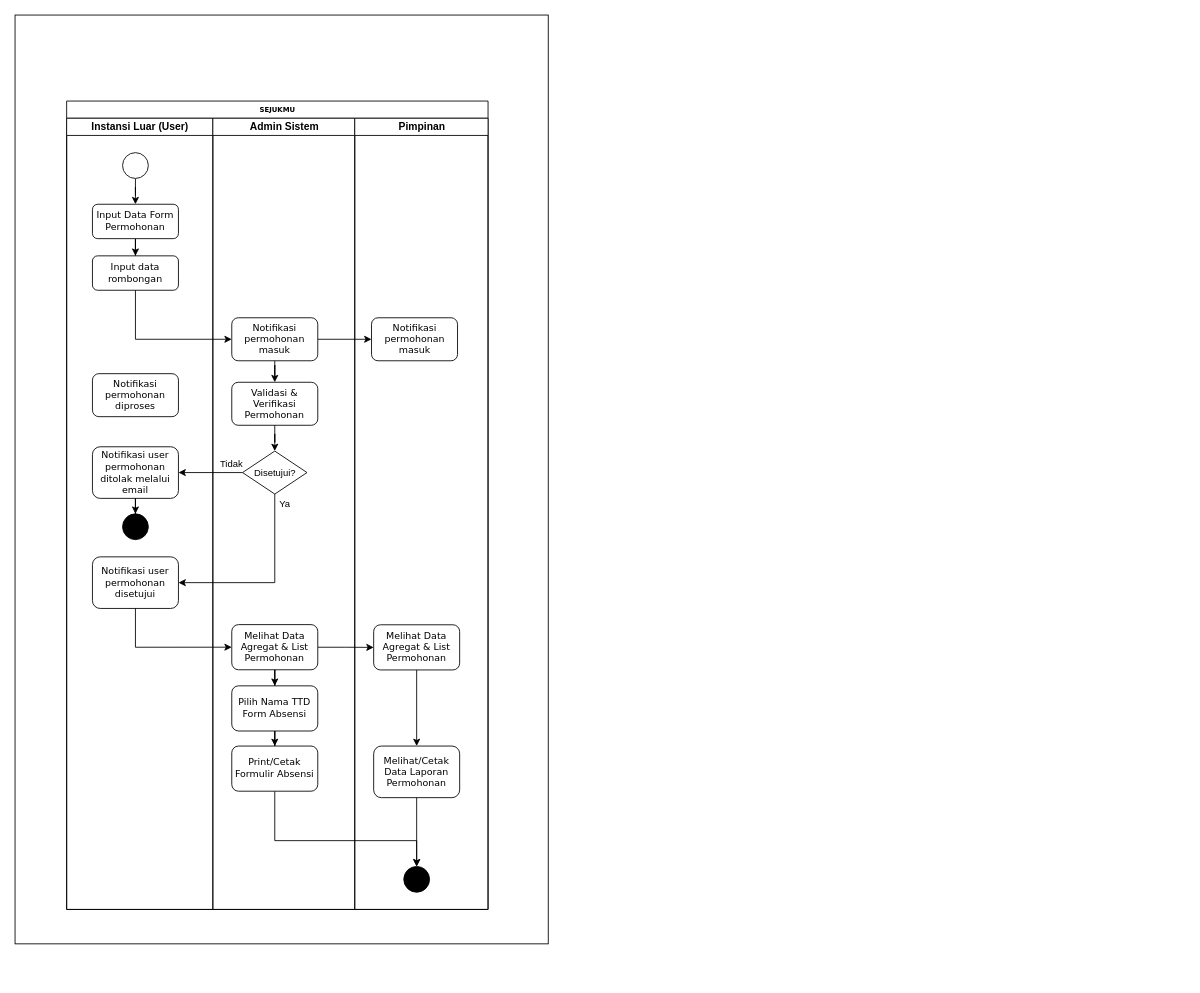
Above: env_designs/dactivity_dmb.drawio in zeneight/drawio (draw.io), before the change. Source tidied: cells renumbered, new cells numbered last; positions are measured from the earlier drawing's top-left corner, leaving out a move shared by most shapes. Both pictures are drawn from the tidied source at 86%, with x=0, y=0 at pixel (15, 15).
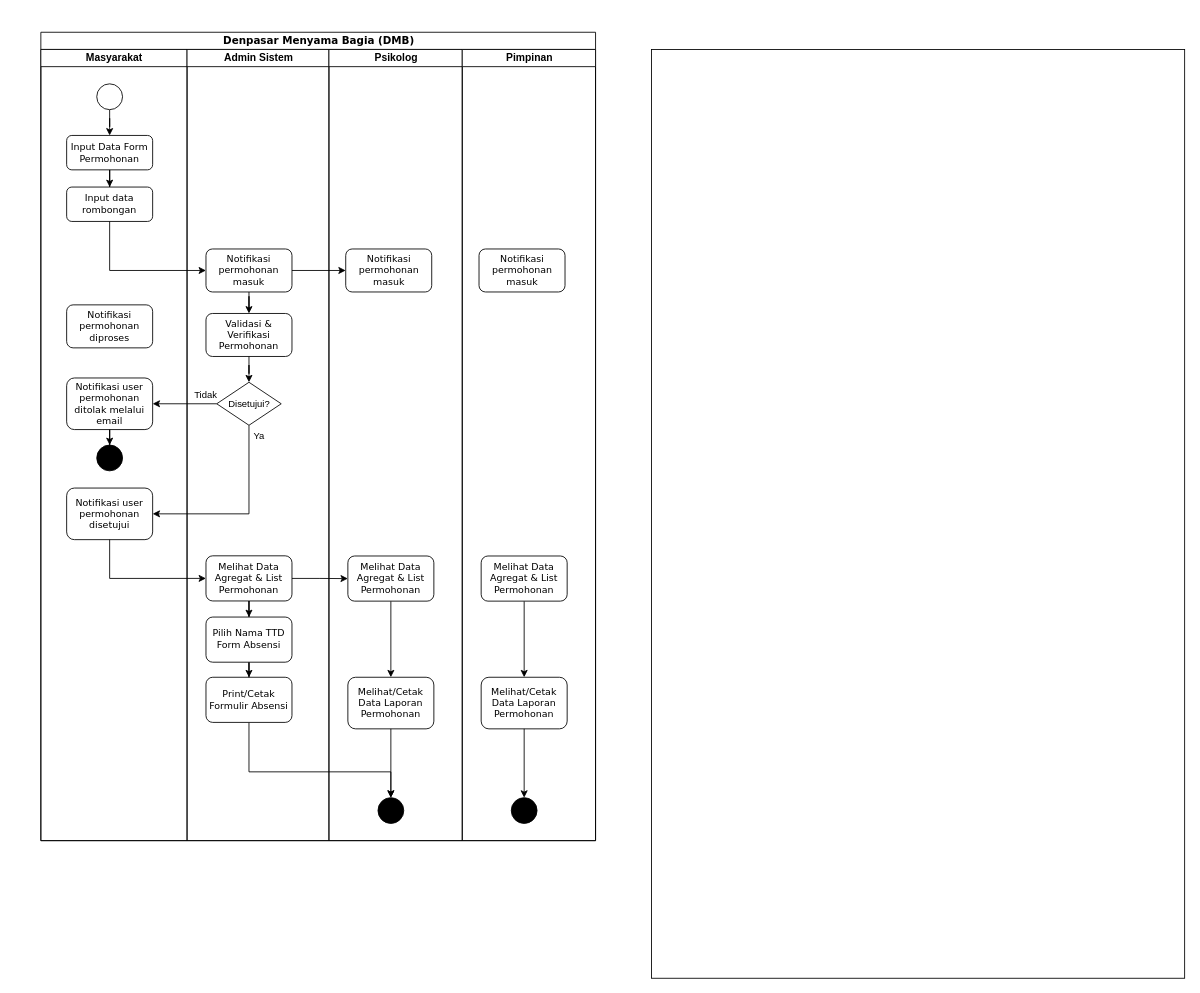
After the change.

Change to the diagram source:
```diff
@@
     <mxCell id="2" style="rounded=0;whiteSpace=wrap;html=1;fillColor=none;" parent="1" vertex="1">
-      <mxGeometry width="620" height="1080" as="geometry" />
+      <mxGeometry x="740" y="40" width="620" height="1080" as="geometry" />
     </mxCell>
-    <mxCell id="3" value="SEJUKMU" style="swimlane;html=1;startSize=20;rounded=0;shadow=0;labelBackgroundColor=none;strokeWidth=1;fontFamily=Verdana;fontSize=8;align=center;" parent="1" vertex="1">
-      <mxGeometry x="60" y="100" width="490" height="940" as="geometry" />
+    <mxCell id="3" value="&lt;font style=&quot;font-size: 12px;&quot;&gt;Denpasar Menyama Bagia (DMB)&lt;/font&gt;" style="swimlane;html=1;startSize=20;rounded=0;shadow=0;labelBackgroundColor=none;strokeWidth=1;fontFamily=Verdana;fontSize=8;align=center;" parent="1" vertex="1">
+      <mxGeometry x="30" y="20" width="645" height="940" as="geometry" />
     </mxCell>
-    <mxCell id="4" value="Instansi Luar (User)" style="swimlane;html=1;startSize=20;" parent="3" vertex="1">
+    <mxCell id="4" value="Masyarakat" style="swimlane;html=1;startSize=20;" parent="3" vertex="1">
       <mxGeometry y="20" width="170" height="920" as="geometry" />
     </mxCell>
@@
-    <mxCell id="33" value="Pimpinan" style="swimlane;html=1;startSize=20;" parent="3" vertex="1">
+    <mxCell id="33" value="Psikolog" style="swimlane;html=1;startSize=20;" parent="3" vertex="1">
       <mxGeometry x="335" y="20" width="155" height="920" as="geometry" />
     </mxCell>
@@
+    <mxCell id="42" value="Pimpinan" style="swimlane;html=1;startSize=20;" parent="3" vertex="1">
+      <mxGeometry x="490" y="20" width="155" height="920" as="geometry" />
+    </mxCell>
+    <mxCell id="43" value="&lt;font style=&quot;font-size: 11px;&quot;&gt;Melihat/Cetak&lt;br&gt;Data Laporan Permohonan&lt;/font&gt;" style="rounded=1;whiteSpace=wrap;html=1;shadow=0;labelBackgroundColor=none;strokeWidth=1;fontFamily=Verdana;fontSize=8;align=center;" parent="42" vertex="1">
+      <mxGeometry x="22" y="730" width="100" height="60" as="geometry" />
+    </mxCell>
+    <mxCell id="44" style="edgeStyle=orthogonalEdgeStyle;rounded=0;jettySize=auto;html=1;fontSize=11;exitX=0.5;exitY=1;exitDx=0;exitDy=0;" parent="42" edge="1" source="43" target="45">
+      <mxGeometry relative="1" as="geometry" />
+    </mxCell>
+    <mxCell id="45" style="ellipse;whiteSpace=wrap;html=1;fontSize=8;fontFamily=Verdana;rounded=1;shadow=0;labelBackgroundColor=none;strokeWidth=1;direction=south;fillColor=#000000;" parent="42" vertex="1">
+      <mxGeometry x="57" y="870" width="30" height="30" as="geometry" />
+    </mxCell>
+    <mxCell id="46" style="edgeStyle=orthogonalEdgeStyle;rounded=0;jettySize=auto;html=1;" parent="42" edge="1" source="47" target="43">
+      <mxGeometry relative="1" as="geometry" />
+    </mxCell>
+    <mxCell id="47" value="&lt;span style=&quot;font-size: 11px;&quot;&gt;Melihat Data Agregat &amp;amp; List Permohonan&lt;br&gt;&lt;/span&gt;" style="rounded=1;whiteSpace=wrap;html=1;shadow=0;labelBackgroundColor=none;strokeWidth=1;fontFamily=Verdana;fontSize=8;align=center;" parent="42" vertex="1">
+      <mxGeometry x="22" y="589" width="100" height="52.5" as="geometry" />
+    </mxCell>
+    <mxCell id="48" value="&lt;font style=&quot;font-size: 11px;&quot;&gt;Notifikasi&lt;br&gt;permohonan masuk&lt;/font&gt;" style="rounded=1;whiteSpace=wrap;html=1;shadow=0;labelBackgroundColor=none;strokeWidth=1;fontFamily=Verdana;fontSize=8;align=center;" parent="42" vertex="1">
+      <mxGeometry x="19.5" y="232" width="100" height="50" as="geometry" />
+    </mxCell>
```
